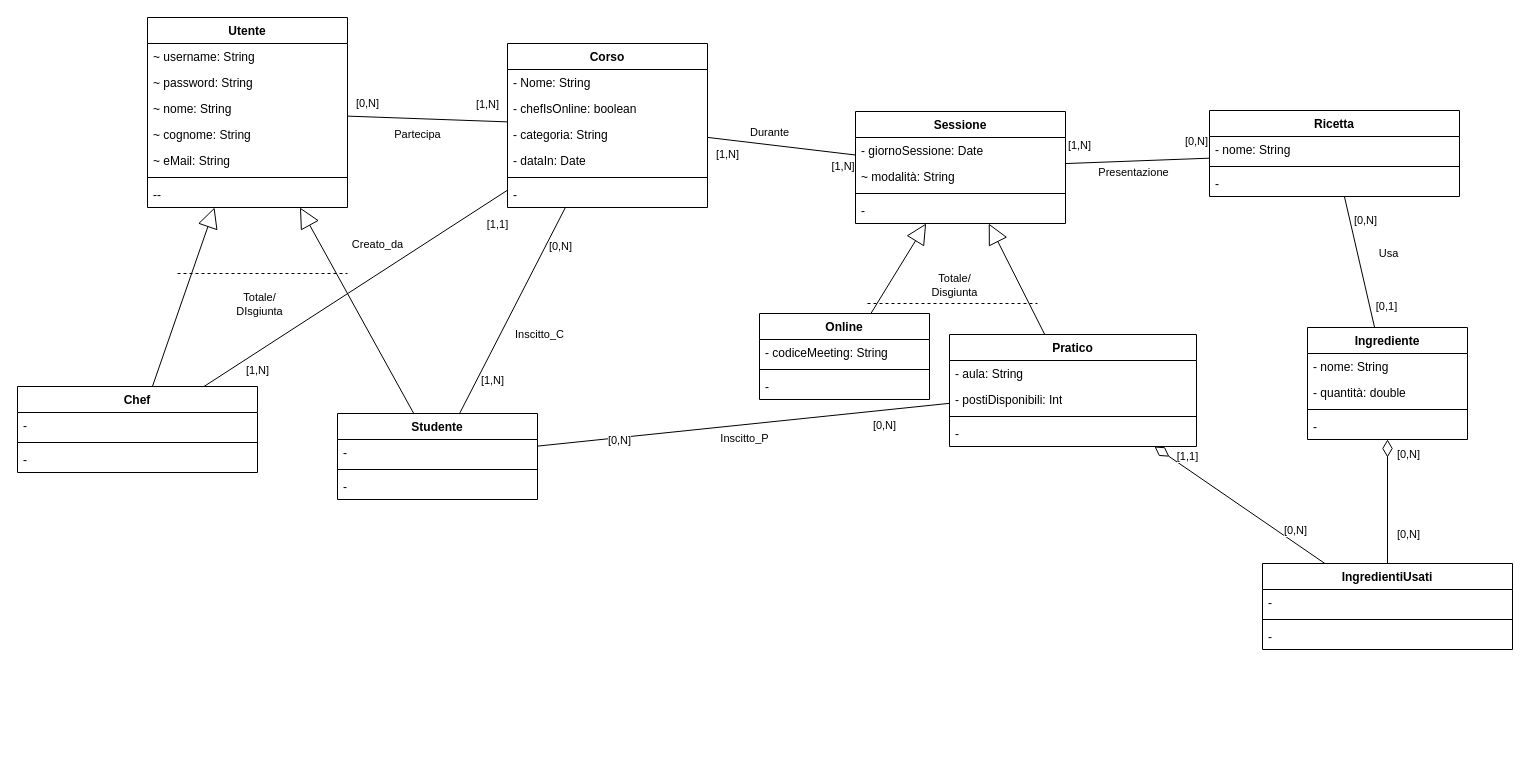
MetisWastaken/UninaFoodLab keeps this draw.io diagram as page "umlNonRistrutturato" (1 of 3) of bdd/uml/UML1.drawio. Above is the earlier version. Source tidied: cells renumbered, new cells numbered last; positions are measured from the earlier drawing's top-left corner, leaving out a move shared by most shapes. Both pictures are drawn from the tidied source at 100%, with x=0, y=0 at pixel (17, 17).
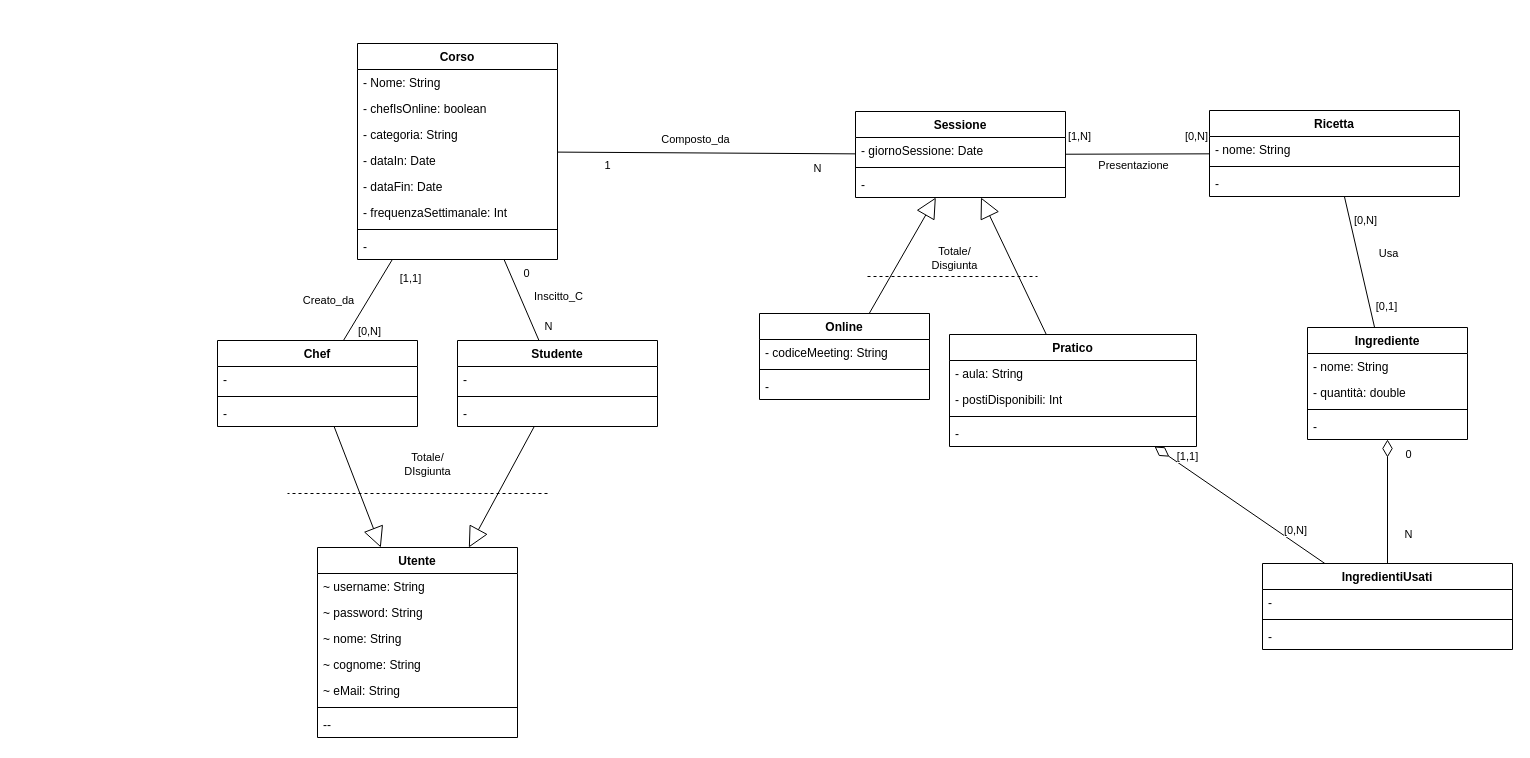
The same diagram, later.

Unchanged cells that the change refers to:
```xml
<mxCell id="43" value="Pratico" style="swimlane;align=center;verticalAlign=top;horizontal=1;startSize=26;whiteSpace=wrap;html=1;" parent="1" vertex="1">
  <mxGeometry x="932" y="317" width="247" height="112" as="geometry" />
</mxCell>
<mxCell id="60" style="edgeStyle=none;shape=connector;rounded=0;jettySize=auto;html=1;strokeColor=default;strokeWidth=1;align=center;verticalAlign=middle;endArrow=none;endFill=0;endSize=6;startArrow=none;startFill=0;" parent="1" edge="1" source="2" target="18">
  <mxGeometry relative="1" as="geometry" />
</mxCell>
<mxCell id="64" style="edgeStyle=none;shape=connector;rounded=0;jettySize=auto;html=1;strokeColor=default;strokeWidth=1;align=center;verticalAlign=middle;endArrow=none;endFill=0;endSize=6;" parent="1" edge="1" source="23" target="2">
  <mxGeometry relative="1" as="geometry" />
</mxCell>
<mxCell id="72" style="edgeStyle=none;shape=connector;rounded=0;jettySize=auto;html=1;strokeColor=default;strokeWidth=1;align=center;verticalAlign=middle;endArrow=none;endFill=0;endSize=6;startArrow=none;startFill=0;" parent="1" edge="1" source="27" target="2">
  <mxGeometry relative="1" as="geometry" />
</mxCell>
<mxCell id="91" style="edgeStyle=none;shape=connector;rounded=0;jettySize=auto;html=1;strokeColor=default;strokeWidth=1;align=center;verticalAlign=middle;endArrow=diamondThin;endFill=0;endSize=15;" parent="1" edge="1" source="52" target="37">
  <mxGeometry relative="1" as="geometry" />
</mxCell>
```

Diff of the diagram source:
```diff
@@
     <mxCell id="2" value="Corso" style="swimlane;align=center;verticalAlign=top;horizontal=1;startSize=26;whiteSpace=wrap;html=1;" parent="1" vertex="1">
-      <mxGeometry x="490" y="26" width="200" height="164" as="geometry" />
+      <mxGeometry x="340" y="26" width="200" height="216" as="geometry" />
     </mxCell>
@@
+    <mxCell id="94" value="- dataIn: Date" style="text;strokeColor=none;fillColor=none;align=left;verticalAlign=top;spacingLeft=4;spacingRight=4;overflow=hidden;whiteSpace=wrap;html=1;" parent="2" vertex="1">
+      <mxGeometry y="104" width="200" height="26" as="geometry" />
+    </mxCell>
-    <mxCell id="6" value="- dataIn: Date" style="text;strokeColor=none;fillColor=none;align=left;verticalAlign=top;spacingLeft=4;spacingRight=4;overflow=hidden;whiteSpace=wrap;html=1;" parent="2" vertex="1">
-      <mxGeometry y="104" width="200" height="26" as="geometry" />
+    <mxCell id="6" value="- dataFin: Date" style="text;strokeColor=none;fillColor=none;align=left;verticalAlign=top;spacingLeft=4;spacingRight=4;overflow=hidden;whiteSpace=wrap;html=1;" parent="2" vertex="1">
+      <mxGeometry y="130" width="200" height="26" as="geometry" />
     </mxCell>
+    <mxCell id="95" value="- frequenzaSettimanale: Int" style="text;strokeColor=none;fillColor=none;align=left;verticalAlign=top;spacingLeft=4;spacingRight=4;overflow=hidden;whiteSpace=wrap;html=1;" parent="2" vertex="1">
+      <mxGeometry y="156" width="200" height="26" as="geometry" />
+    </mxCell>
     <mxCell id="7" style="line;strokeWidth=1;fillColor=none;align=left;verticalAlign=middle;spacingTop=-1;spacingLeft=3;spacingRight=3;labelPosition=right;strokeColor=inherit;" parent="2" vertex="1">
-      <mxGeometry y="130" width="200" height="8" as="geometry" />
+      <mxGeometry y="182" width="200" height="8" as="geometry" />
     </mxCell>
     <mxCell id="8" value="-" style="text;strokeColor=none;fillColor=none;align=left;verticalAlign=top;spacingLeft=4;spacingRight=4;overflow=hidden;whiteSpace=wrap;html=1;" parent="2" vertex="1">
-      <mxGeometry y="138" width="200" height="26" as="geometry" />
+      <mxGeometry y="190" width="200" height="26" as="geometry" />
     </mxCell>
     <mxCell id="9" value="Utente" style="swimlane;align=center;verticalAlign=top;horizontal=1;startSize=26;whiteSpace=wrap;html=1;" parent="1" vertex="1">
-      <mxGeometry x="130" width="200" height="190" as="geometry" />
+      <mxGeometry x="300" y="530" width="200" height="190" as="geometry" />
     </mxCell>
@@
     <mxCell id="18" value="Chef" style="swimlane;align=center;verticalAlign=top;horizontal=1;startSize=26;whiteSpace=wrap;html=1;" parent="1" vertex="1">
-      <mxGeometry y="369" width="240" height="86" as="geometry" />
+      <mxGeometry x="200" y="323" width="200" height="86" as="geometry" />
     </mxCell>
     <mxCell id="19" value="-" style="text;strokeColor=none;fillColor=none;align=left;verticalAlign=top;spacingLeft=4;spacingRight=4;overflow=hidden;whiteSpace=wrap;html=1;" parent="18" vertex="1">
-      <mxGeometry y="26" width="240" height="26" as="geometry" />
+      <mxGeometry y="26" width="200" height="26" as="geometry" />
     </mxCell>
     <mxCell id="20" style="line;strokeWidth=1;fillColor=none;align=left;verticalAlign=middle;spacingTop=-1;spacingLeft=3;spacingRight=3;labelPosition=right;strokeColor=inherit;" parent="18" vertex="1">
-      <mxGeometry y="52" width="240" height="8" as="geometry" />
+      <mxGeometry y="52" width="200" height="8" as="geometry" />
     </mxCell>
     <mxCell id="21" value="-" style="text;strokeColor=none;fillColor=none;align=left;verticalAlign=top;spacingLeft=4;spacingRight=4;overflow=hidden;whiteSpace=wrap;html=1;" parent="18" vertex="1">
-      <mxGeometry y="60" width="240" height="26" as="geometry" />
+      <mxGeometry y="60" width="200" height="26" as="geometry" />
     </mxCell>
@@
     <mxCell id="23" value="Studente" style="swimlane;align=center;verticalAlign=top;horizontal=1;startSize=26;whiteSpace=wrap;html=1;" parent="1" vertex="1">
-      <mxGeometry x="320" y="396" width="200" height="86" as="geometry" />
+      <mxGeometry x="440" y="323" width="200" height="86" as="geometry" />
     </mxCell>
@@
     <mxCell id="27" value="Sessione" style="swimlane;align=center;verticalAlign=top;horizontal=1;startSize=26;whiteSpace=wrap;html=1;" parent="1" vertex="1">
-      <mxGeometry x="838" y="94" width="210" height="112" as="geometry" />
+      <mxGeometry x="838" y="94" width="210" height="86" as="geometry" />
     </mxCell>
@@
-    <mxCell id="29" value="~ modalità: String" style="text;strokeColor=none;fillColor=none;align=left;verticalAlign=top;spacingLeft=4;spacingRight=4;overflow=hidden;whiteSpace=wrap;html=1;" parent="27" vertex="1">
-      <mxGeometry y="52" width="210" height="26" as="geometry" />
-    </mxCell>
     <mxCell id="30" style="line;strokeWidth=1;fillColor=none;align=left;verticalAlign=middle;spacingTop=-1;spacingLeft=3;spacingRight=3;labelPosition=right;strokeColor=inherit;" parent="27" vertex="1">
-      <mxGeometry y="78" width="210" height="8" as="geometry" />
+      <mxGeometry y="52" width="210" height="8" as="geometry" />
     </mxCell>
     <mxCell id="31" value="-" style="text;strokeColor=none;fillColor=none;align=left;verticalAlign=top;spacingLeft=4;spacingRight=4;overflow=hidden;whiteSpace=wrap;html=1;" parent="27" vertex="1">
-      <mxGeometry y="86" width="210" height="26" as="geometry" />
+      <mxGeometry y="60" width="210" height="26" as="geometry" />
     </mxCell>
@@
     <mxCell id="56" style="endArrow=none;dashed=1;html=1;rounded=0;" parent="1" edge="1">
       <mxGeometry relative="1" as="geometry">
-        <mxPoint x="160" y="256" as="sourcePoint" />
-        <mxPoint x="330" y="256" as="targetPoint" />
+        <mxPoint x="530" y="476" as="sourcePoint" />
+        <mxPoint x="270" y="476" as="targetPoint" />
       </mxGeometry>
     </mxCell>
     <mxCell id="57" value="Totale/&lt;br&gt;DIsgiunta" style="edgeLabel;html=1;align=center;verticalAlign=middle;" parent="56" vertex="1">
       <mxGeometry x="0.34" y="-1" relative="1" as="geometry">
-        <mxPoint x="-33" y="29" as="offset" />
+        <mxPoint x="53" y="-29" as="offset" />
       </mxGeometry>
     </mxCell>
     <mxCell id="58" style="endArrow=none;dashed=1;html=1;rounded=0;" parent="1" edge="1">
       <mxGeometry relative="1" as="geometry">
-        <mxPoint x="850" y="286" as="sourcePoint" />
-        <mxPoint x="1020" y="286" as="targetPoint" />
+        <mxPoint x="850" y="259" as="sourcePoint" />
+        <mxPoint x="1020" y="259" as="targetPoint" />
       </mxGeometry>
     </mxCell>
@@
     <mxCell id="61" value="Creato_da" style="edgeLabel;html=1;align=center;verticalAlign=middle;" parent="60" vertex="1">
       <mxGeometry x="-0.14" y="-2" relative="1" as="geometry">
-        <mxPoint x="1" y="-29" as="offset" />
+        <mxPoint x="-41" y="6" as="offset" />
       </mxGeometry>
     </mxCell>
-    <mxCell id="62" value="[1,N]" style="edgeLabel;html=1;align=center;verticalAlign=middle;" parent="60" vertex="1">
+    <mxCell id="62" value="[0,N]" style="edgeLabel;html=1;align=center;verticalAlign=middle;" parent="60" vertex="1">
       <mxGeometry x="0.61" relative="1" as="geometry">
-        <mxPoint x="-6" y="22" as="offset" />
+        <mxPoint x="16" y="6" as="offset" />
       </mxGeometry>
     </mxCell>
     <mxCell id="63" value="[1,1]" style="edgeLabel;html=1;align=center;verticalAlign=middle;" parent="60" vertex="1">
       <mxGeometry x="-0.67" y="-1" relative="1" as="geometry">
-        <mxPoint x="40" y="2" as="offset" />
+        <mxPoint x="27" y="5" as="offset" />
       </mxGeometry>
     </mxCell>
@@
     <mxCell id="65" value="Inscitto_C" style="edgeLabel;html=1;align=center;verticalAlign=middle;" parent="64" vertex="1">
       <mxGeometry x="-0.14" y="-2" relative="1" as="geometry">
-        <mxPoint x="32" y="9" as="offset" />
+        <mxPoint x="32" y="-9" as="offset" />
       </mxGeometry>
     </mxCell>
-    <mxCell id="66" value="[0,N]" style="edgeLabel;html=1;align=center;verticalAlign=middle;" parent="64" vertex="1">
+    <mxCell id="66" value="0" style="edgeLabel;html=1;align=center;verticalAlign=middle;" parent="64" vertex="1">
       <mxGeometry x="0.61" relative="1" as="geometry">
         <mxPoint x="15" y="-2" as="offset" />
       </mxGeometry>
     </mxCell>
-    <mxCell id="67" value="[1,N]" style="edgeLabel;html=1;align=center;verticalAlign=middle;" parent="64" vertex="1">
+    <mxCell id="67" value="N" style="edgeLabel;html=1;align=center;verticalAlign=middle;" parent="64" vertex="1">
       <mxGeometry x="-0.67" y="-1" relative="1" as="geometry">
         <mxPoint x="14" as="offset" />
       </mxGeometry>
     </mxCell>
-    <mxCell id="68" style="edgeStyle=none;shape=connector;rounded=0;jettySize=auto;html=1;strokeColor=default;strokeWidth=1;align=center;verticalAlign=middle;endArrow=none;endFill=0;endSize=6;" parent="1" edge="1" source="9" target="2">
-      <mxGeometry relative="1" as="geometry" />
-    </mxCell>
-    <mxCell id="69" value="Partecipa" style="edgeLabel;html=1;align=center;verticalAlign=middle;" parent="68" vertex="1">
-      <mxGeometry x="-0.14" y="-2" relative="1" as="geometry">
-        <mxPoint x="1" y="13" as="offset" />
-      </mxGeometry>
-    </mxCell>
-    <mxCell id="70" value="[1,N]" style="edgeLabel;html=1;align=center;verticalAlign=middle;" parent="68" vertex="1">
-      <mxGeometry x="0.61" relative="1" as="geometry">
-        <mxPoint x="11" y="-17" as="offset" />
-      </mxGeometry>
-    </mxCell>
-    <mxCell id="71" value="[0,N]" style="edgeLabel;html=1;align=center;verticalAlign=middle;" parent="68" vertex="1">
-      <mxGeometry x="-0.67" y="-1" relative="1" as="geometry">
-        <mxPoint x="-6" y="-15" as="offset" />
-      </mxGeometry>
-    </mxCell>
@@
-    <mxCell id="73" value="[1,N]" style="edgeLabel;html=1;align=center;verticalAlign=middle;" parent="72" vertex="1">
+    <mxCell id="73" value="1" style="edgeLabel;html=1;align=center;verticalAlign=middle;" parent="72" vertex="1">
       <mxGeometry x="0.61" relative="1" as="geometry">
         <mxPoint x="-9" y="13" as="offset" />
       </mxGeometry>
     </mxCell>
-    <mxCell id="74" value="&amp;nbsp;[1,N]" style="edgeLabel;html=1;align=center;verticalAlign=middle;" parent="72" vertex="1">
+    <mxCell id="74" value="N" style="edgeLabel;html=1;align=center;verticalAlign=middle;" parent="72" vertex="1">
       <mxGeometry x="-0.67" y="-1" relative="1" as="geometry">
         <mxPoint x="10" y="15" as="offset" />
       </mxGeometry>
     </mxCell>
-    <mxCell id="75" value="Durante" style="edgeLabel;html=1;align=center;verticalAlign=middle;" parent="72" vertex="1">
+    <mxCell id="75" value="Composto_da" style="edgeLabel;html=1;align=center;verticalAlign=middle;" parent="72" vertex="1">
       <mxGeometry x="-0.01" y="-1" relative="1" as="geometry">
         <mxPoint x="-13" y="-13" as="offset" />
       </mxGeometry>
     </mxCell>
@@
-    <mxCell id="87" style="edgeStyle=none;shape=connector;rounded=0;jettySize=auto;html=1;strokeColor=default;strokeWidth=1;align=center;verticalAlign=middle;endArrow=none;endFill=0;endSize=6;" parent="1" edge="1" source="23" target="43">
-      <mxGeometry relative="1" as="geometry" />
-    </mxCell>
-    <mxCell id="88" value="Inscitto_P" style="edgeLabel;html=1;align=center;verticalAlign=middle;" parent="87" vertex="1">
-      <mxGeometry x="-0.14" y="-2" relative="1" as="geometry">
-        <mxPoint x="29" y="8" as="offset" />
-      </mxGeometry>
-    </mxCell>
-    <mxCell id="89" value="[0,N]" style="edgeLabel;html=1;align=center;verticalAlign=middle;" parent="87" vertex="1">
-      <mxGeometry x="0.61" relative="1" as="geometry">
-        <mxPoint x="15" y="13" as="offset" />
-      </mxGeometry>
-    </mxCell>
-    <mxCell id="90" value="[0,N]" style="edgeLabel;html=1;align=center;verticalAlign=middle;" parent="87" vertex="1">
-      <mxGeometry x="-0.67" y="-1" relative="1" as="geometry">
-        <mxPoint x="14" as="offset" />
-      </mxGeometry>
-    </mxCell>
@@
-    <mxCell id="92" value="[0,N]" style="edgeLabel;html=1;align=center;verticalAlign=middle;" parent="91" vertex="1">
+    <mxCell id="92" value="0" style="edgeLabel;html=1;align=center;verticalAlign=middle;" parent="91" vertex="1">
       <mxGeometry x="0.61" relative="1" as="geometry">
         <mxPoint x="20" y="-10" as="offset" />
       </mxGeometry>
     </mxCell>
-    <mxCell id="93" value="[0,N]" style="edgeLabel;html=1;align=center;verticalAlign=middle;" parent="91" vertex="1">
+    <mxCell id="93" value="N" style="edgeLabel;html=1;align=center;verticalAlign=middle;" parent="91" vertex="1">
       <mxGeometry x="-0.67" y="-1" relative="1" as="geometry">
         <mxPoint x="19" y="-10" as="offset" />
       </mxGeometry>
     </mxCell>
```
